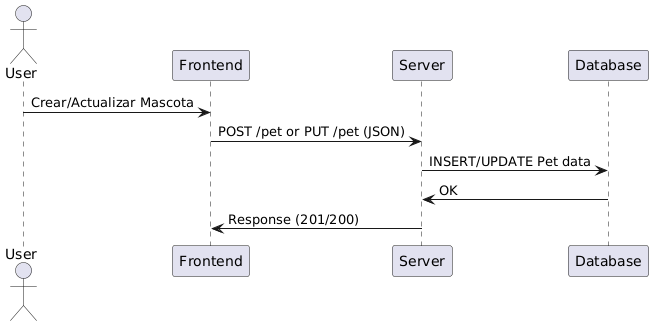
Earlier version of the PlantUML export images/uml.png (Edison1411/petProject). Source of this version:
```plantuml
@startuml
actor User
User -> Frontend: Crear/Actualizar Mascota
Frontend -> Server: POST /pet or PUT /pet (JSON)
Server -> Database: INSERT/UPDATE Pet data
Database -> Server: OK
Server -> Frontend: Response (201/200)
@enduml
```
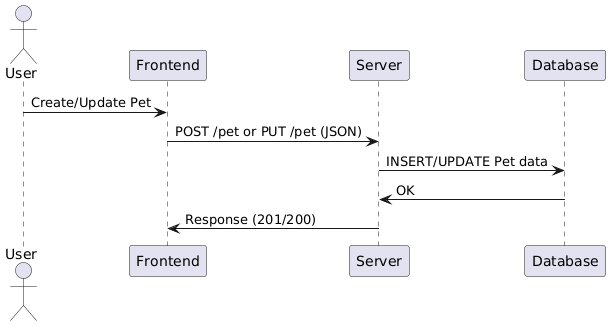
Above is the later version.

Change to the diagram source:
```diff
@@ -1,6 +1,6 @@
 @startuml
 actor User
-User -> Frontend: Crear/Actualizar Mascota
+User -> Frontend: Create/Update Pet
 Frontend -> Server: POST /pet or PUT /pet (JSON)
 Server -> Database: INSERT/UPDATE Pet data
 Database -> Server: OK
```
